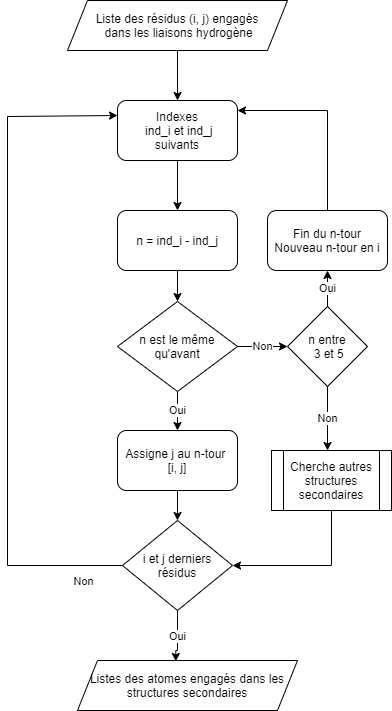
This is images/flowcharts/flowcharts-Page-2.png from mehdimunim/Helix-Analysis-Program, a draw.io export, as it was before one commit. Source tidied: cells renumbered, new cells last; positions are measured from the earlier drawing's top-left corner, leaving out a move shared by most shapes.
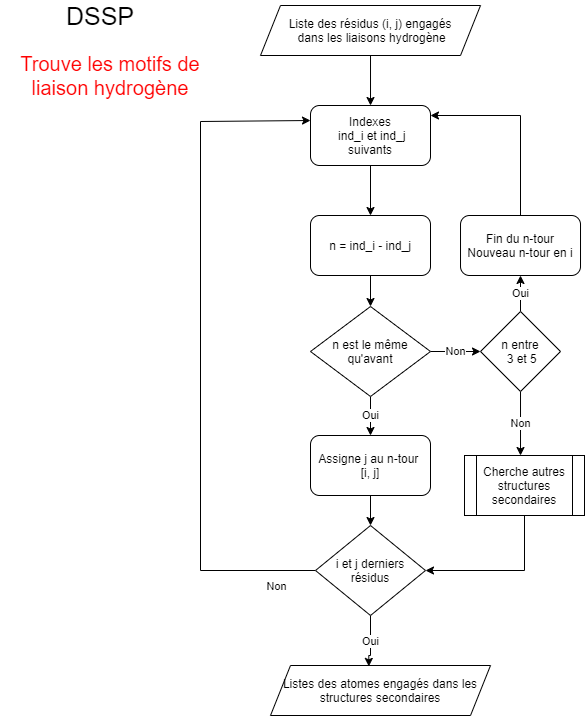
After the change.

The edit, as a diff of the source:
```diff
@@ -98,5 +98,11 @@
     <mxCell id="24" value="Cherche autres structures secondaires" style="shape=process;whiteSpace=wrap;html=1;backgroundOutline=1;" parent="1" vertex="1">
       <mxGeometry x="264" y="450" width="120" height="60" as="geometry" />
     </mxCell>
+    <mxCell id="25" value="Trouve les motifs de liaison hydrogène" style="text;html=1;strokeColor=none;fillColor=none;align=center;verticalAlign=middle;whiteSpace=wrap;rounded=0;fontSize=20;fontColor=#FF0000;" parent="1" vertex="1">
+      <mxGeometry x="-200" y="60" width="220" height="20" as="geometry" />
+    </mxCell>
+    <mxCell id="26" value="DSSP" style="text;html=1;strokeColor=none;fillColor=none;align=center;verticalAlign=middle;whiteSpace=wrap;rounded=0;fontSize=25;" parent="1" vertex="1">
+      <mxGeometry x="-120" width="40" height="20" as="geometry" />
+    </mxCell>
   </root>
 </mxGraphModel>
```
